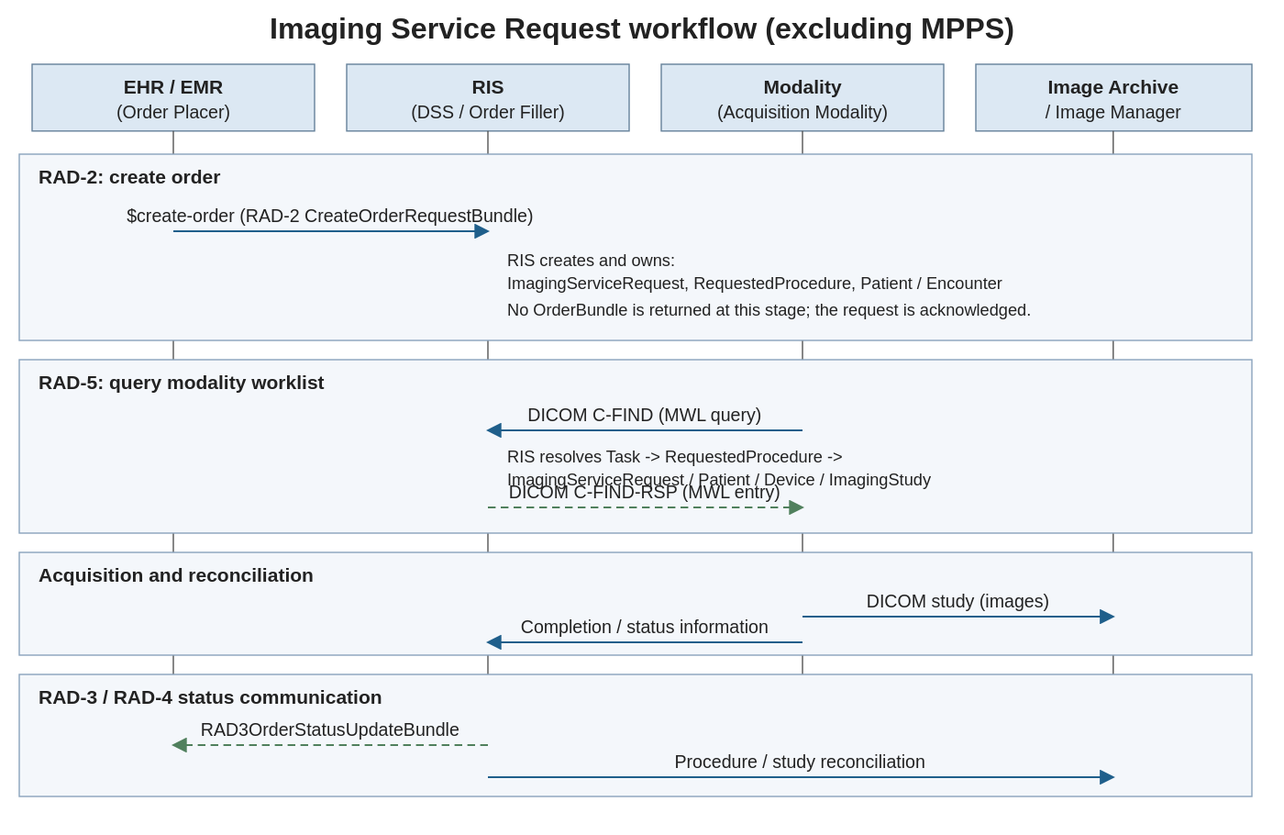
HL7/imaging-service-request-ig keeps this PlantUML diagram as input/images/imaging_service_request_workflow.svg. Above is the earlier version. Its source is kept beside it as input/images-source/imaging_service_request_workflow.plantuml.
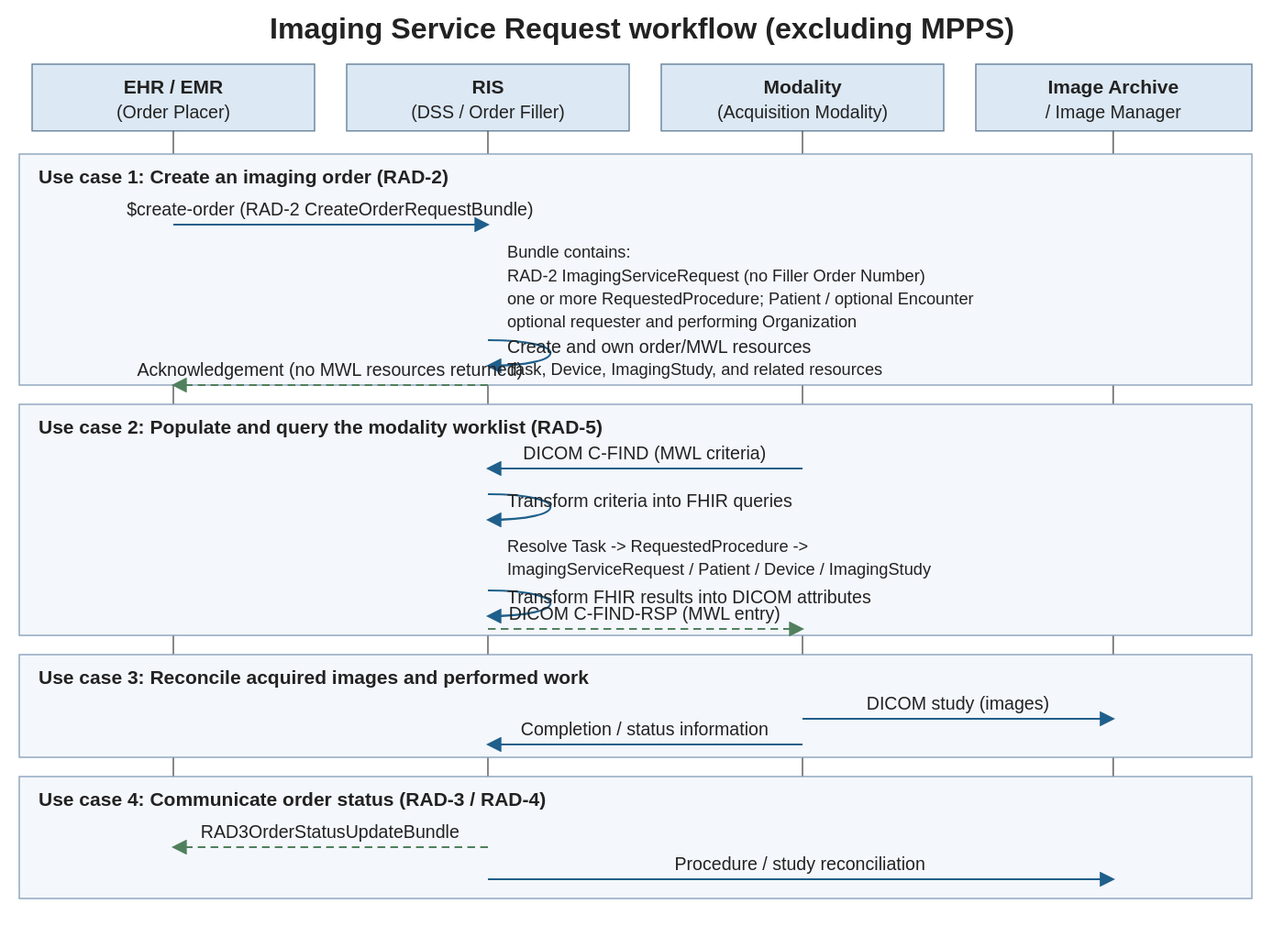
After the commit.

Commit message:
Align diagrams and use cases

Change to the diagram source:
```diff
@@ -8,22 +8,29 @@
 participant "Modality\n(Acquisition Modality)" as modality
 participant "Image archive /\nImage Manager" as archive
 
-group RAD-2: create order
+group Use case 1: Create an imaging order (RAD-2)
   ehr -> ris: $create-order\n(RAD-2 CreateOrderRequestBundle)
   note right of ris
-    ServiceRequest (ImagingServiceRequest)
-    ServiceRequest (RequestedProcedure)
-    Patient / Encounter
+    Bundle contains:
+    - RAD-2 ImagingServiceRequest
+      (no Filler Order Number)
+    - one or more RequestedProcedure
+    - Patient and optional Encounter
+    - optional requester and performing Organization
   end note
+  ris -> ris: Create and own order/MWL resources\n(Task, Device, ImagingStudy, etc.)
   note over ris
     RIS creates and owns the resulting FHIR resources,
     including the scheduled Task / MWL entry.
   end note
+  ris --> ehr: Acknowledgement\n(no MWL resources returned)
 end
 
-group RAD-5: query modality worklist
+group Use case 2: Populate and query the modality worklist (RAD-5)
   modality -> ris: DICOM C-FIND\n(MWL query parameters)
+  ris -> ris: Transform MWL criteria into\nFHIR queries
   note right of ris
+    FHIR queries resolve:
     Task (scheduled procedure step)
       -> RequestedProcedure
       -> ImagingServiceRequest
@@ -31,16 +38,17 @@
       -> Device (scheduled station)
       -> ImagingStudy (Study Instance UID)
   end note
+  ris -> ris: Transform FHIR query results into\nDICOM MWL attributes
   ris --> modality: DICOM C-FIND-RSP\n(MWL entry)
 end
 
-group Acquisition and reconciliation
+group Use case 3: Reconcile acquired images and performed work
   modality -> archive: DICOM study\n(images)
   modality -> ris: Completion / status information\n(DICOM or local integration)
   ris -> ris: Record performed work\n(optional Procedure) and update ImagingStudy
 end
 
-group RAD-3 / RAD-4 status communication
+group Use case 4: Communicate order status (RAD-3 / RAD-4)
   ris --> ehr: RAD-3 status update\n(RAD3OrderStatusUpdateBundle)
   ris -> archive: Procedure/study reconciliation\n(RAD-4 / RAD-13)
 end
```
